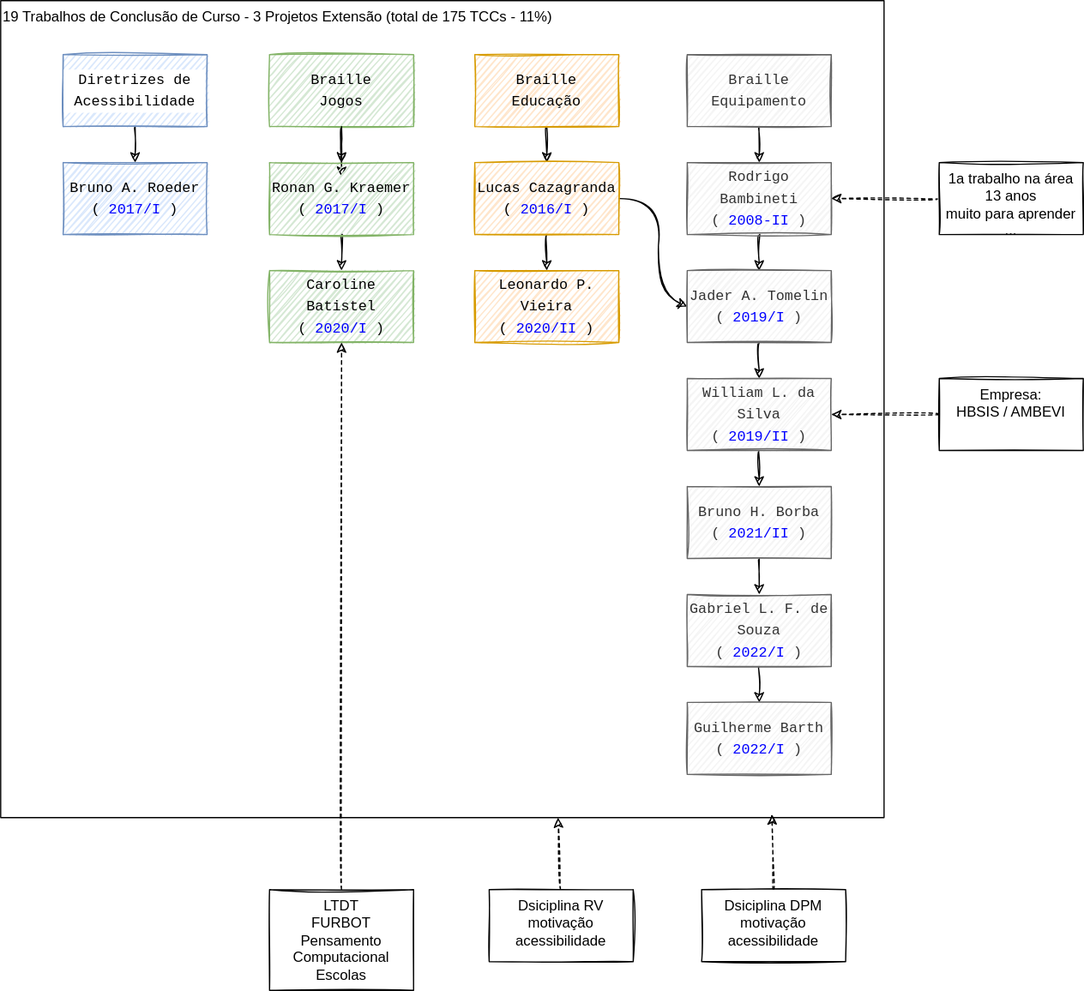
dalton-reis/programa_EducacaoEspecial keeps this draw.io diagram as Braille_VisaoGeral.drawio.svg. Above is the earlier version. Source tidied: cells renumbered, new cells last; positions are measured from the earlier drawing's top-left corner, leaving out a move shared by most shapes.
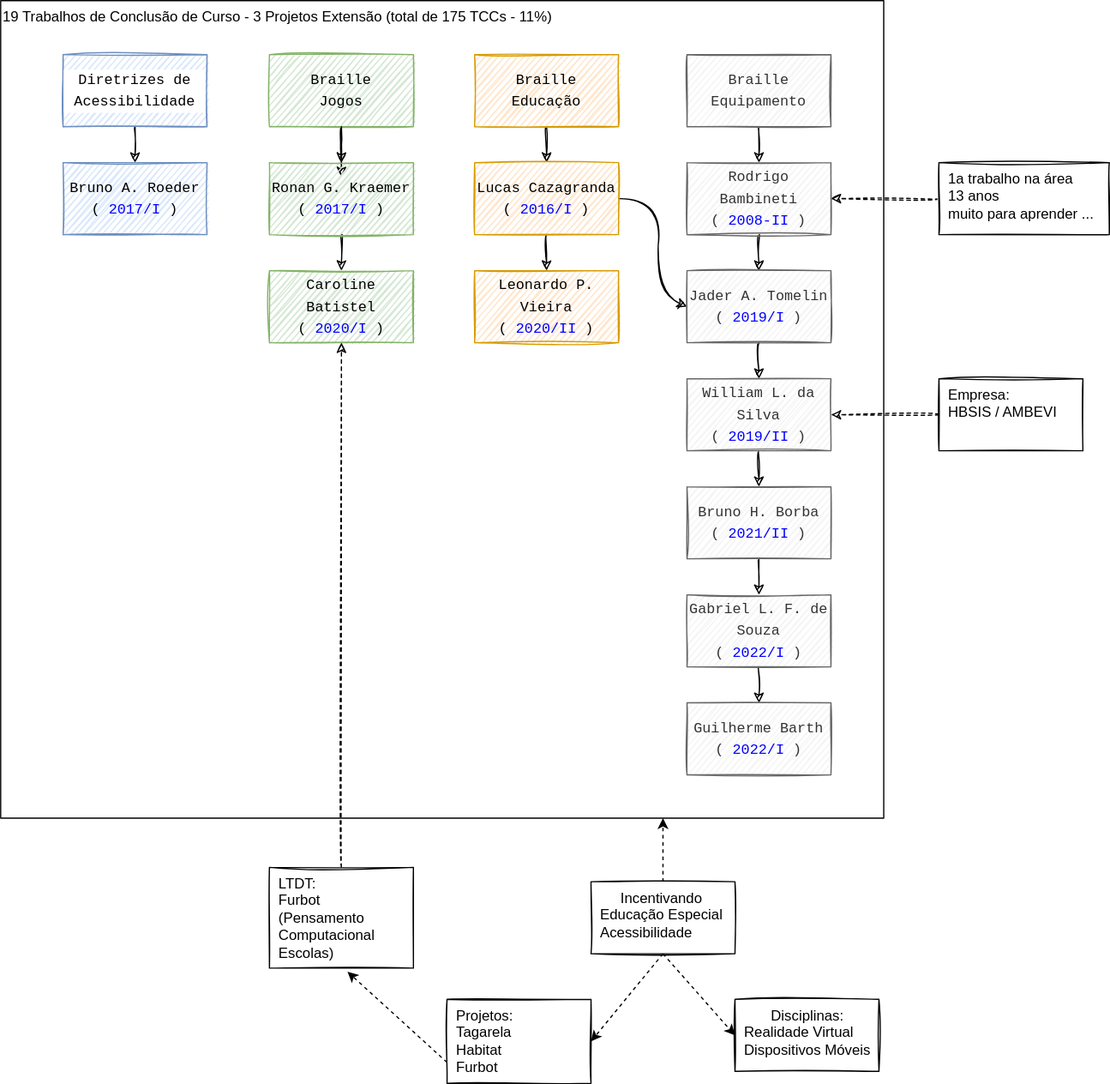
After the change.

What changed in the source:
```diff
@@ -84,32 +84,29 @@
     <mxCell id="26" style="edgeStyle=none;curved=1;sketch=1;html=1;exitX=0.5;exitY=0;exitDx=0;exitDy=0;entryX=0.5;entryY=1;entryDx=0;entryDy=0;dashed=1;" parent="1" edge="1" source="27" target="23">
       <mxGeometry relative="1" as="geometry" />
     </mxCell>
-    <mxCell id="27" value="LTDT&lt;br&gt;FURBOT&lt;br&gt;Pensamento Computacional&lt;br&gt;Escolas" style="whiteSpace=wrap;html=1;sketch=1;verticalAlign=top;" parent="1" vertex="1">
-      <mxGeometry x="224" y="741" width="120" height="84" as="geometry" />
+    <mxCell id="27" value="LTDT:&lt;br&gt;Furbot&amp;nbsp;&lt;br&gt;(Pensamento Computacional&lt;br&gt;Escolas)" style="whiteSpace=wrap;html=1;sketch=1;verticalAlign=top;align=left;spacingLeft=6;" parent="1" vertex="1">
+      <mxGeometry x="224" y="722" width="120" height="84" as="geometry" />
     </mxCell>
     <mxCell id="28" style="edgeStyle=none;curved=1;sketch=1;html=1;exitX=0;exitY=0.5;exitDx=0;exitDy=0;entryX=1;entryY=0.5;entryDx=0;entryDy=0;dashed=1;" parent="1" edge="1" source="29" target="25">
       <mxGeometry relative="1" as="geometry" />
     </mxCell>
-    <mxCell id="29" value="Empresa:&lt;br&gt;HBSIS / AMBEVI" style="whiteSpace=wrap;html=1;sketch=1;verticalAlign=top;" parent="1" vertex="1">
+    <mxCell id="29" value="Empresa:&lt;br&gt;HBSIS / AMBEVI" style="whiteSpace=wrap;html=1;sketch=1;verticalAlign=top;align=left;spacingLeft=6;" parent="1" vertex="1">
       <mxGeometry x="782" y="315" width="120" height="60" as="geometry" />
     </mxCell>
     <mxCell id="30" style="edgeStyle=none;curved=1;sketch=1;html=1;exitX=0;exitY=0.5;exitDx=0;exitDy=0;dashed=1;" parent="1" edge="1" source="31" target="14">
       <mxGeometry relative="1" as="geometry" />
     </mxCell>
-    <mxCell id="31" value="1a trabalho na área&lt;br&gt;13 anos&lt;br&gt;muito para aprender ..." style="whiteSpace=wrap;html=1;sketch=1;verticalAlign=top;" parent="1" vertex="1">
-      <mxGeometry x="782" y="135" width="120" height="60" as="geometry" />
+    <mxCell id="31" value="1a trabalho na área&lt;br&gt;13 anos&lt;br&gt;muito para aprender ..." style="whiteSpace=wrap;html=1;sketch=1;verticalAlign=top;align=left;spacingLeft=6;" parent="1" vertex="1">
+      <mxGeometry x="782" y="135" width="142" height="60" as="geometry" />
     </mxCell>
-    <mxCell id="32" style="edgeStyle=none;curved=1;sketch=1;html=1;exitX=0.5;exitY=0;exitDx=0;exitDy=0;dashed=1;entryX=0.631;entryY=1;entryDx=0;entryDy=0;entryPerimeter=0;" parent="1" edge="1" source="33" target="2">
-      <mxGeometry relative="1" as="geometry" />
-    </mxCell>
-    <mxCell id="33" value="Dsiciplina RV&lt;br&gt;motivação acessibilidade" style="whiteSpace=wrap;html=1;sketch=1;verticalAlign=top;" parent="1" vertex="1">
-      <mxGeometry x="407" y="741" width="120" height="60" as="geometry" />
-    </mxCell>
-    <mxCell id="34" style="edgeStyle=none;curved=1;sketch=1;html=1;exitX=0.5;exitY=0;exitDx=0;exitDy=0;entryX=0.873;entryY=0.996;entryDx=0;entryDy=0;entryPerimeter=0;dashed=1;" parent="1" edge="1" source="35" target="2">
+    <mxCell id="34" style="edgeStyle=none;html=1;exitX=0.5;exitY=0;exitDx=0;exitDy=0;entryX=0.75;entryY=1;entryDx=0;entryDy=0;dashed=1;" parent="1" edge="1" source="35" target="2">
       <mxGeometry relative="1" as="geometry" />
     </mxCell>
+    <mxCell id="41" style="edgeStyle=none;html=1;dashed=1;exitX=0.5;exitY=1;exitDx=0;exitDy=0;entryX=0;entryY=0.5;entryDx=0;entryDy=0;" parent="1" edge="1" source="35" target="42">
+      <mxGeometry relative="1" as="geometry" />
+    </mxCell>
-    <mxCell id="35" value="Dsiciplina DPM&lt;br&gt;motivação acessibilidade" style="whiteSpace=wrap;html=1;sketch=1;verticalAlign=top;" parent="1" vertex="1">
-      <mxGeometry x="584" y="741" width="120" height="60" as="geometry" />
+    <mxCell id="35" value="&lt;div style=&quot;text-align: center&quot;&gt;&lt;span&gt;Incentivando&lt;/span&gt;&lt;/div&gt;Educação Especial&lt;br&gt;Acessibilidade" style="whiteSpace=wrap;html=1;sketch=1;verticalAlign=top;align=left;spacingLeft=6;" parent="1" vertex="1">
+      <mxGeometry x="492" y="734" width="120" height="60" as="geometry" />
     </mxCell>
     <mxCell id="36" style="edgeStyle=none;curved=1;sketch=1;html=1;startArrow=none;startFill=0;endArrow=classic;endFill=1;" parent="1" edge="1" source="37" target="39">
       <mxGeometry relative="1" as="geometry" />
@@ -126,5 +123,17 @@
     <mxCell id="40" value="&lt;div style=&quot;font-family: &amp;#34;menlo&amp;#34; , &amp;#34;monaco&amp;#34; , &amp;#34;courier new&amp;#34; , monospace ; line-height: 18px&quot;&gt;&lt;div style=&quot;font-family: &amp;#34;menlo&amp;#34; , &amp;#34;monaco&amp;#34; , &amp;#34;courier new&amp;#34; , monospace ; line-height: 18px&quot;&gt;&lt;div style=&quot;font-family: &amp;#34;menlo&amp;#34; , &amp;#34;monaco&amp;#34; , &amp;#34;courier new&amp;#34; , monospace ; line-height: 18px&quot;&gt;&lt;div style=&quot;font-family: &amp;#34;menlo&amp;#34; , &amp;#34;monaco&amp;#34; , &amp;#34;courier new&amp;#34; , monospace ; line-height: 18px&quot;&gt;&lt;span style=&quot;font-family: &amp;#34;menlo&amp;#34; , &amp;#34;monaco&amp;#34; , &amp;#34;courier new&amp;#34; , monospace&quot;&gt;Guilherme Barth&lt;/span&gt;&lt;/div&gt;&lt;div style=&quot;font-family: &amp;#34;menlo&amp;#34; , &amp;#34;monaco&amp;#34; , &amp;#34;courier new&amp;#34; , monospace ; line-height: 18px&quot;&gt;&lt;span&gt;(&lt;/span&gt;&lt;span style=&quot;color: rgb(0 , 0 , 255)&quot;&gt;2022/I&lt;/span&gt;&lt;span&gt;)&lt;/span&gt;&lt;br&gt;&lt;/div&gt;&lt;/div&gt;&lt;/div&gt;&lt;/div&gt;" style="whiteSpace=wrap;html=1;sketch=1;fillColor=#f5f5f5;strokeColor=#666666;fontColor=#333333;" parent="1" vertex="1">
       <mxGeometry x="572" y="585" width="120" height="60" as="geometry" />
     </mxCell>
+    <mxCell id="42" value="&lt;div style=&quot;text-align: center&quot;&gt;&lt;span&gt;Disciplinas:&lt;/span&gt;&lt;/div&gt;Realidade Virtual&lt;br&gt;Dispositivos Móveis" style="whiteSpace=wrap;html=1;sketch=1;verticalAlign=top;align=left;spacingLeft=6;" parent="1" vertex="1">
+      <mxGeometry x="612" y="832" width="120" height="60" as="geometry" />
+    </mxCell>
+    <mxCell id="43" style="edgeStyle=none;html=1;dashed=1;exitX=0.5;exitY=1;exitDx=0;exitDy=0;entryX=1;entryY=0.5;entryDx=0;entryDy=0;" parent="1" edge="1" source="35" target="45">
+      <mxGeometry relative="1" as="geometry" />
+    </mxCell>
+    <mxCell id="44" style="edgeStyle=none;html=1;exitX=0;exitY=0.75;exitDx=0;exitDy=0;entryX=0.542;entryY=1.035;entryDx=0;entryDy=0;entryPerimeter=0;dashed=1;" parent="1" edge="1" source="45" target="27">
+      <mxGeometry relative="1" as="geometry" />
+    </mxCell>
+    <mxCell id="45" value="&lt;div style=&quot;text-align: center&quot;&gt;Projetos:&lt;/div&gt;Tagarela&lt;br&gt;Habitat&lt;br&gt;Furbot&lt;br&gt;&lt;div style=&quot;text-align: center&quot;&gt;&lt;/div&gt;" style="whiteSpace=wrap;html=1;sketch=1;verticalAlign=top;align=left;spacingLeft=6;" parent="1" vertex="1">
+      <mxGeometry x="372" y="832" width="120" height="70" as="geometry" />
+    </mxCell>
   </root>
 </mxGraphModel>
```
